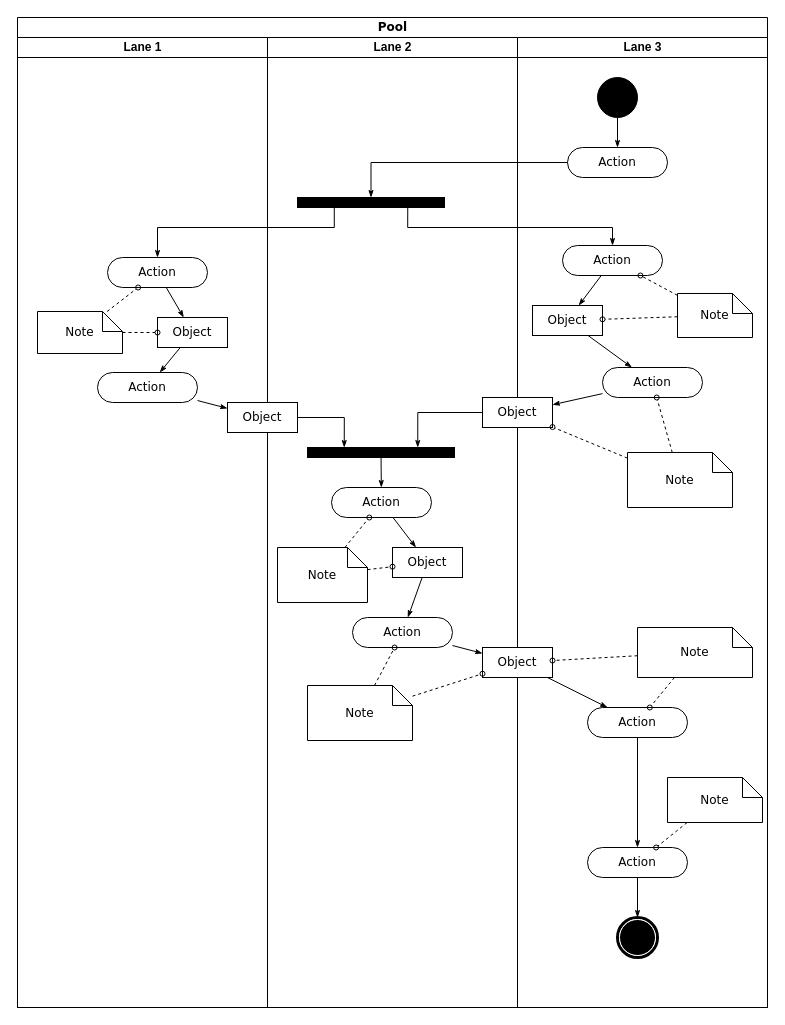
The draw.io diagram Untitled Diagram.drawio in jscanjm/BelajarJava, before the edit. Source tidied: cells renumbered, new cells numbered last; positions are measured from the earlier drawing's top-left corner, leaving out a move shared by most shapes. Both pictures are drawn from the tidied source at 100%, with x=0, y=0 at pixel (17, 17).
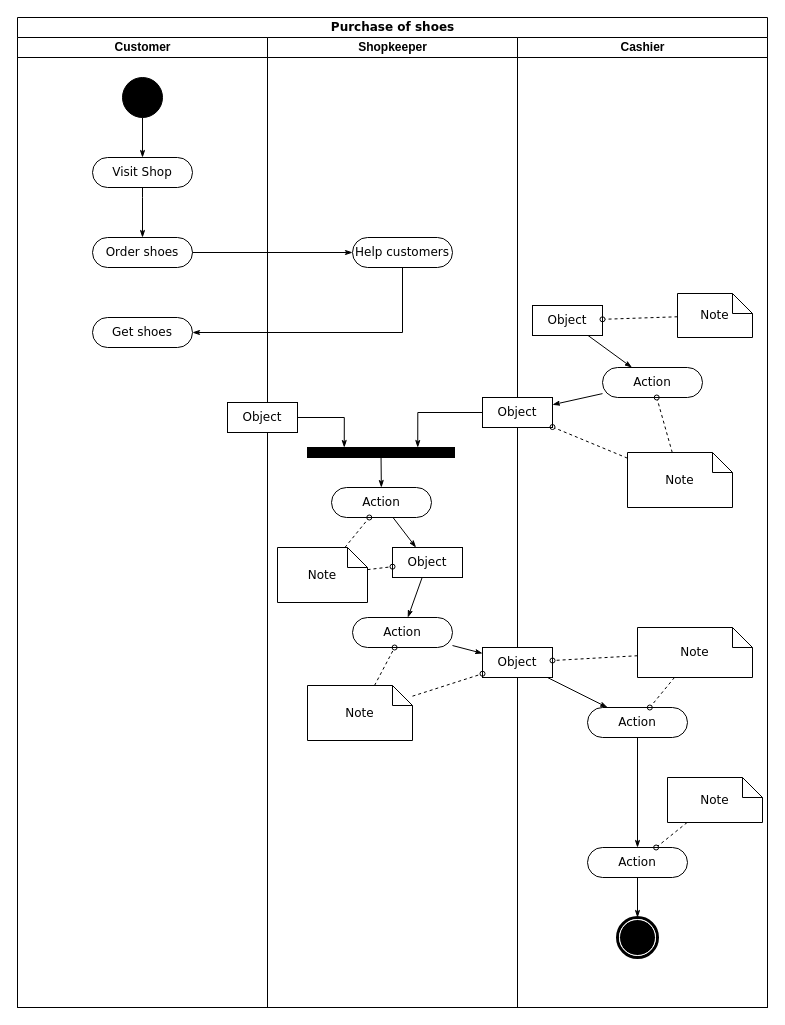
Above is the later version.

The change refers to these unchanged cells:
```xml
<mxCell id="19" value="Object" style="rounded=0;whiteSpace=wrap;html=1;shadow=0;comic=0;labelBackgroundColor=none;strokeWidth=1;fontFamily=Verdana;fontSize=12;align=center;arcSize=50;" parent="12" vertex="1">
  <mxGeometry x="-40" y="365" width="70" height="30" as="geometry" />
</mxCell>
<mxCell id="37" value="Object" style="rounded=0;whiteSpace=wrap;html=1;shadow=0;comic=0;labelBackgroundColor=none;strokeWidth=1;fontFamily=Verdana;fontSize=12;align=center;arcSize=50;" parent="28" vertex="1">
  <mxGeometry x="15" y="268" width="70" height="30" as="geometry" />
</mxCell>
<mxCell id="48" value="Note" style="shape=note;whiteSpace=wrap;html=1;rounded=0;shadow=0;comic=0;labelBackgroundColor=none;strokeWidth=1;fontFamily=Verdana;fontSize=12;align=center;size=20;" parent="28" vertex="1">
  <mxGeometry x="160" y="256" width="75" height="44" as="geometry" />
</mxCell>
```

Diff of the diagram source:
```diff
@@
-    <mxCell id="2" value="Pool" style="swimlane;html=1;startSize=20;rounded=0;shadow=0;comic=0;labelBackgroundColor=none;strokeWidth=1;fontFamily=Verdana;fontSize=12;align=center;" parent="1" vertex="1">
+    <mxCell id="2" value="Purchase of shoes" style="swimlane;html=1;startSize=20;rounded=0;shadow=0;comic=0;labelBackgroundColor=none;strokeWidth=1;fontFamily=Verdana;fontSize=12;align=center;" parent="1" vertex="1">
       <mxGeometry width="750" height="990" as="geometry" />
     </mxCell>
-    <mxCell id="3" value="Lane 1" style="swimlane;html=1;startSize=20;" parent="2" vertex="1">
+    <mxCell id="3" value="Customer" style="swimlane;html=1;startSize=20;" parent="2" vertex="1">
       <mxGeometry y="20" width="250" height="970" as="geometry" />
     </mxCell>
-    <mxCell id="4" style="edgeStyle=none;rounded=0;html=1;labelBackgroundColor=none;startArrow=none;startFill=0;startSize=5;endArrow=classicThin;endFill=1;endSize=5;jettySize=auto;strokeWidth=1;fontFamily=Verdana;fontSize=12;" parent="3" edge="1" source="5" target="8">
-      <mxGeometry relative="1" as="geometry" />
-    </mxCell>
+    <mxCell id="31" value="Visit Shop" style="rounded=1;whiteSpace=wrap;html=1;shadow=0;comic=0;labelBackgroundColor=none;strokeWidth=1;fontFamily=Verdana;fontSize=12;align=center;arcSize=50;" parent="3" vertex="1">
+      <mxGeometry x="75" y="120" width="100" height="30" as="geometry" />
+    </mxCell>
+    <mxCell id="30" style="ellipse;whiteSpace=wrap;html=1;rounded=0;shadow=0;comic=0;labelBackgroundColor=none;strokeWidth=1;fillColor=#000000;fontFamily=Verdana;fontSize=12;align=center;" parent="3" vertex="1">
+      <mxGeometry x="105" y="40" width="40" height="40" as="geometry" />
+    </mxCell>
-    <mxCell id="5" value="Action" style="rounded=1;whiteSpace=wrap;html=1;shadow=0;comic=0;labelBackgroundColor=none;strokeWidth=1;fontFamily=Verdana;fontSize=12;align=center;arcSize=50;" parent="3" vertex="1">
-      <mxGeometry x="90" y="220" width="100" height="30" as="geometry" />
+    <mxCell id="5" value="Order shoes" style="rounded=1;whiteSpace=wrap;html=1;shadow=0;comic=0;labelBackgroundColor=none;strokeWidth=1;fontFamily=Verdana;fontSize=12;align=center;arcSize=50;" parent="3" vertex="1">
+      <mxGeometry x="75" y="200" width="100" height="30" as="geometry" />
     </mxCell>
-    <mxCell id="6" value="Action" style="rounded=1;whiteSpace=wrap;html=1;shadow=0;comic=0;labelBackgroundColor=none;strokeWidth=1;fontFamily=Verdana;fontSize=12;align=center;arcSize=50;" parent="3" vertex="1">
-      <mxGeometry x="80" y="335" width="100" height="30" as="geometry" />
-    </mxCell>
-    <mxCell id="7" style="edgeStyle=none;rounded=0;html=1;labelBackgroundColor=none;startArrow=none;startFill=0;startSize=5;endArrow=classicThin;endFill=1;endSize=5;jettySize=auto;strokeWidth=1;fontFamily=Verdana;fontSize=12;" parent="3" edge="1" source="8" target="6">
-      <mxGeometry relative="1" as="geometry" />
-    </mxCell>
-    <mxCell id="8" value="Object" style="rounded=0;whiteSpace=wrap;html=1;shadow=0;comic=0;labelBackgroundColor=none;strokeWidth=1;fontFamily=Verdana;fontSize=12;align=center;arcSize=50;" parent="3" vertex="1">
-      <mxGeometry x="140" y="280" width="70" height="30" as="geometry" />
-    </mxCell>
-    <mxCell id="9" style="edgeStyle=none;rounded=0;html=1;labelBackgroundColor=none;startArrow=none;startFill=0;startSize=5;endArrow=oval;endFill=0;endSize=5;jettySize=auto;strokeWidth=1;fontFamily=Verdana;fontSize=12;dashed=1;" parent="3" edge="1" source="11" target="5">
-      <mxGeometry relative="1" as="geometry" />
-    </mxCell>
-    <mxCell id="10" style="edgeStyle=none;rounded=0;html=1;dashed=1;labelBackgroundColor=none;startArrow=none;startFill=0;startSize=5;endArrow=oval;endFill=0;endSize=5;jettySize=auto;strokeWidth=1;fontFamily=Verdana;fontSize=12;" parent="3" edge="1" source="11" target="8">
-      <mxGeometry relative="1" as="geometry" />
-    </mxCell>
-    <mxCell id="11" value="Note" style="shape=note;whiteSpace=wrap;html=1;rounded=0;shadow=0;comic=0;labelBackgroundColor=none;strokeWidth=1;fontFamily=Verdana;fontSize=12;align=center;size=20;" parent="3" vertex="1">
-      <mxGeometry x="20" y="274" width="85" height="42" as="geometry" />
-    </mxCell>
+    <mxCell id="29" style="edgeStyle=orthogonalEdgeStyle;rounded=0;html=1;labelBackgroundColor=none;startArrow=none;startFill=0;startSize=5;endArrow=classicThin;endFill=1;endSize=5;jettySize=auto;strokeWidth=1;fontFamily=Verdana;fontSize=12;" parent="3" edge="1" source="30" target="31">
+      <mxGeometry relative="1" as="geometry">
+        <Array as="points">
+          <mxPoint x="125" y="125" />
+        </Array>
+      </mxGeometry>
+    </mxCell>
+    <mxCell id="33" value="Get shoes" style="rounded=1;whiteSpace=wrap;html=1;shadow=0;comic=0;labelBackgroundColor=none;strokeWidth=1;fontFamily=Verdana;fontSize=12;align=center;arcSize=50;" parent="3" vertex="1">
+      <mxGeometry x="75" y="280" width="100" height="30" as="geometry" />
+    </mxCell>
-    <mxCell id="12" value="Lane 2" style="swimlane;html=1;startSize=20;" parent="2" vertex="1">
+    <mxCell id="12" value="Shopkeeper" style="swimlane;html=1;startSize=20;" parent="2" vertex="1">
       <mxGeometry x="250" y="20" width="250" height="970" as="geometry" />
     </mxCell>
-    <mxCell id="13" style="whiteSpace=wrap;html=1;rounded=0;shadow=0;comic=0;labelBackgroundColor=none;strokeWidth=1;fillColor=#000000;fontFamily=Verdana;fontSize=12;align=center;rotation=0;" parent="12" vertex="1">
-      <mxGeometry x="30" y="160" width="147" height="10" as="geometry" />
-    </mxCell>
@@
+    <mxCell id="6" value="Help customers" style="rounded=1;whiteSpace=wrap;html=1;shadow=0;comic=0;labelBackgroundColor=none;strokeWidth=1;fontFamily=Verdana;fontSize=12;align=center;arcSize=50;" parent="12" vertex="1">
+      <mxGeometry x="85" y="200" width="100" height="30" as="geometry" />
+    </mxCell>
@@
-    <mxCell id="28" value="Lane 3" style="swimlane;html=1;startSize=20;" parent="2" vertex="1">
+    <mxCell id="28" value="Cashier" style="swimlane;html=1;startSize=20;" parent="2" vertex="1">
       <mxGeometry x="500" y="20" width="250" height="970" as="geometry" />
     </mxCell>
-    <mxCell id="29" style="edgeStyle=orthogonalEdgeStyle;rounded=0;html=1;labelBackgroundColor=none;startArrow=none;startFill=0;startSize=5;endArrow=classicThin;endFill=1;endSize=5;jettySize=auto;strokeWidth=1;fontFamily=Verdana;fontSize=12;" parent="28" edge="1" source="30" target="31">
-      <mxGeometry relative="1" as="geometry" />
-    </mxCell>
-    <mxCell id="30" style="ellipse;whiteSpace=wrap;html=1;rounded=0;shadow=0;comic=0;labelBackgroundColor=none;strokeWidth=1;fillColor=#000000;fontFamily=Verdana;fontSize=12;align=center;" parent="28" vertex="1">
-      <mxGeometry x="80" y="40" width="40" height="40" as="geometry" />
-    </mxCell>
-    <mxCell id="31" value="Action" style="rounded=1;whiteSpace=wrap;html=1;shadow=0;comic=0;labelBackgroundColor=none;strokeWidth=1;fontFamily=Verdana;fontSize=12;align=center;arcSize=50;" parent="28" vertex="1">
-      <mxGeometry x="50" y="110" width="100" height="30" as="geometry" />
-    </mxCell>
-    <mxCell id="32" style="rounded=0;html=1;labelBackgroundColor=none;startArrow=none;startFill=0;startSize=5;endArrow=classicThin;endFill=1;endSize=5;jettySize=auto;strokeWidth=1;fontFamily=Verdana;fontSize=12;" parent="28" edge="1" source="33" target="37">
-      <mxGeometry relative="1" as="geometry" />
-    </mxCell>
-    <mxCell id="33" value="Action" style="rounded=1;whiteSpace=wrap;html=1;shadow=0;comic=0;labelBackgroundColor=none;strokeWidth=1;fontFamily=Verdana;fontSize=12;align=center;arcSize=50;" parent="28" vertex="1">
-      <mxGeometry x="45" y="208" width="100" height="30" as="geometry" />
-    </mxCell>
@@
-    <mxCell id="46" style="edgeStyle=none;rounded=0;html=1;dashed=1;labelBackgroundColor=none;startArrow=none;startFill=0;startSize=5;endArrow=oval;endFill=0;endSize=5;jettySize=auto;strokeWidth=1;fontFamily=Verdana;fontSize=12;" parent="28" edge="1" source="48" target="33">
-      <mxGeometry relative="1" as="geometry" />
-    </mxCell>
@@
-    <mxCell id="57" style="edgeStyle=orthogonalEdgeStyle;rounded=0;html=1;entryX=0.5;entryY=0;labelBackgroundColor=none;startArrow=none;startFill=0;startSize=5;endArrow=classicThin;endFill=1;endSize=5;jettySize=auto;strokeWidth=1;fontFamily=Verdana;fontSize=12;" parent="2" edge="1" source="31" target="13">
+    <mxCell id="57" style="edgeStyle=orthogonalEdgeStyle;rounded=0;html=1;labelBackgroundColor=none;startArrow=none;startFill=0;startSize=5;endArrow=classicThin;endFill=1;endSize=5;jettySize=auto;strokeWidth=1;fontFamily=Verdana;fontSize=12;" parent="2" edge="1" source="31">
       <mxGeometry relative="1" as="geometry">
+        <mxPoint x="125" y="220" as="targetPoint" />
         <Array as="points">
-          <mxPoint x="354" y="145" />
+          <mxPoint x="125" y="180" />
         </Array>
       </mxGeometry>
     </mxCell>
-    <mxCell id="58" style="edgeStyle=orthogonalEdgeStyle;rounded=0;html=1;exitX=0.75;exitY=1;labelBackgroundColor=none;startArrow=none;startFill=0;startSize=5;endArrow=classicThin;endFill=1;endSize=5;jettySize=auto;strokeWidth=1;fontFamily=Verdana;fontSize=12;" parent="2" edge="1" source="13" target="33">
-      <mxGeometry relative="1" as="geometry">
-        <Array as="points">
-          <mxPoint x="390" y="210" />
-          <mxPoint x="595" y="210" />
-        </Array>
-      </mxGeometry>
-    </mxCell>
-    <mxCell id="59" style="edgeStyle=orthogonalEdgeStyle;rounded=0;html=1;exitX=0.25;exitY=1;entryX=0.5;entryY=0;labelBackgroundColor=none;startArrow=none;startFill=0;startSize=5;endArrow=classicThin;endFill=1;endSize=5;jettySize=auto;strokeWidth=1;fontFamily=Verdana;fontSize=12;" parent="2" edge="1" source="13" target="5">
-      <mxGeometry relative="1" as="geometry">
-        <Array as="points">
-          <mxPoint x="317" y="210" />
-          <mxPoint x="140" y="210" />
-        </Array>
-      </mxGeometry>
-    </mxCell>
@@
-    <mxCell id="61" style="edgeStyle=none;rounded=0;html=1;labelBackgroundColor=none;startArrow=none;startFill=0;startSize=5;endArrow=classicThin;endFill=1;endSize=5;jettySize=auto;strokeWidth=1;fontFamily=Verdana;fontSize=12;" parent="2" edge="1" source="6" target="19">
-      <mxGeometry relative="1" as="geometry" />
-    </mxCell>
@@
+    <mxCell id="7" style="edgeStyle=none;rounded=0;html=1;labelBackgroundColor=none;startArrow=none;startFill=0;startSize=5;endArrow=classicThin;endFill=1;endSize=5;jettySize=auto;strokeWidth=1;fontFamily=Verdana;fontSize=12;exitX=1;exitY=0.5;exitDx=0;exitDy=0;" parent="2" edge="1" source="5" target="6">
+      <mxGeometry relative="1" as="geometry" />
+    </mxCell>
+    <mxCell id="32" style="rounded=0;html=1;labelBackgroundColor=none;startArrow=none;startFill=0;startSize=5;endArrow=classicThin;endFill=1;endSize=5;jettySize=auto;strokeWidth=1;fontFamily=Verdana;fontSize=12;exitX=0.5;exitY=1;exitDx=0;exitDy=0;entryX=1;entryY=0.5;entryDx=0;entryDy=0;" parent="2" edge="1" source="6" target="33">
+      <mxGeometry relative="1" as="geometry">
+        <Array as="points">
+          <mxPoint x="385" y="315" />
+        </Array>
+      </mxGeometry>
+    </mxCell>
```
